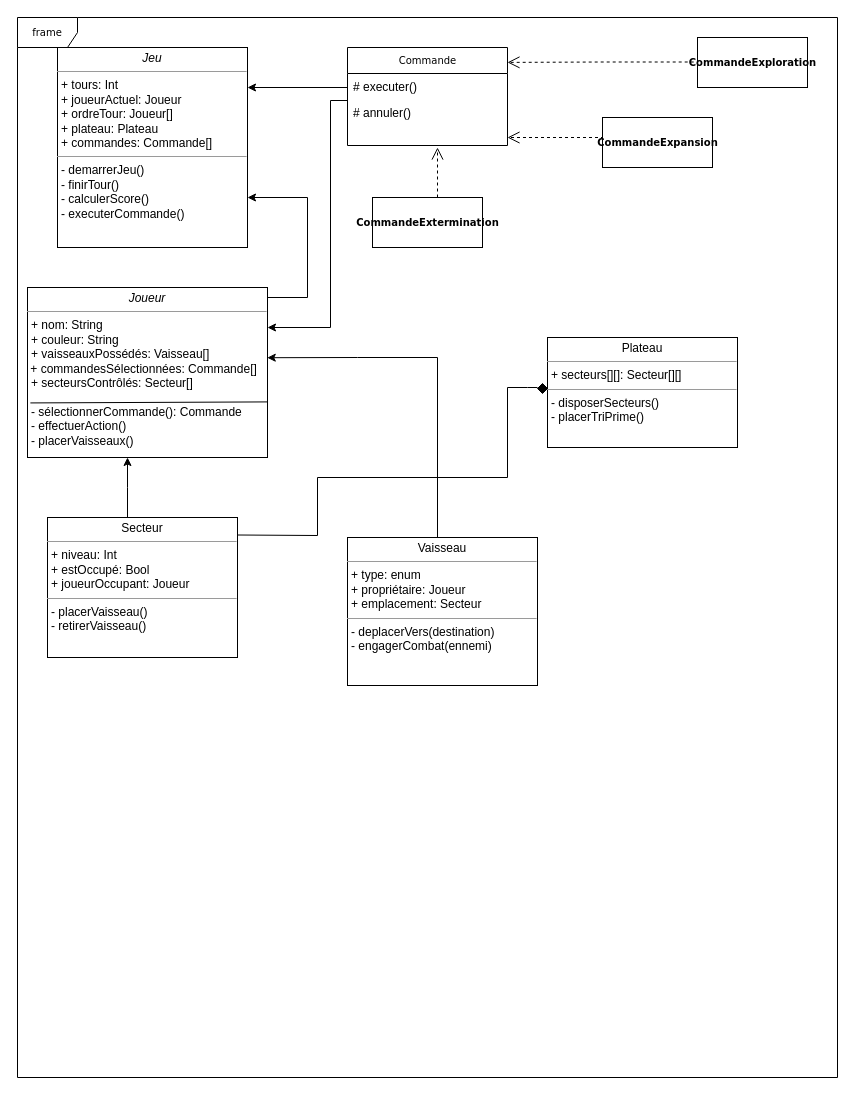
Earlier version of the draw.io diagram Diagramme sans nom.drawio (haikll/pocket_imperium_java). Source tidied: cells renumbered, new cells numbered last; positions are measured from the earlier drawing's top-left corner, leaving out a move shared by most shapes. Both pictures are drawn from the tidied source at 100%, with x=0, y=0 at pixel (17, 17).
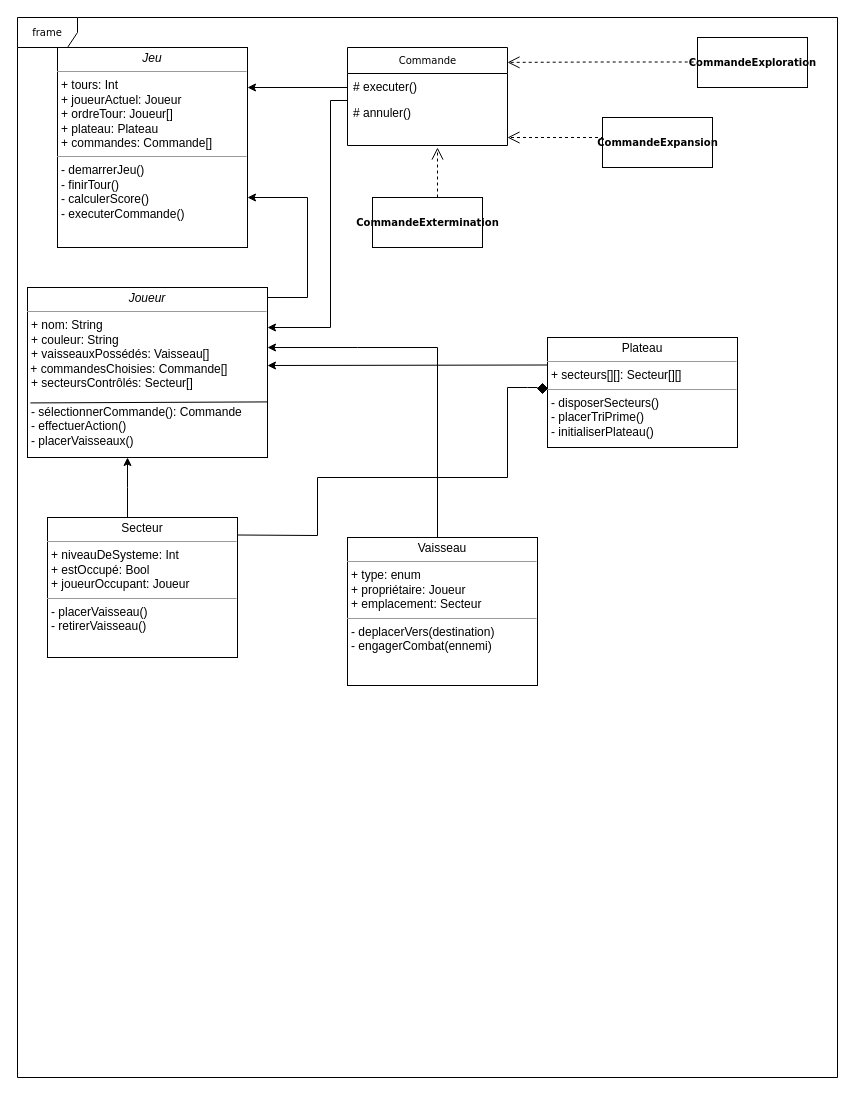
The same page after the edit.

Commit message:
Mettre à jour Diagramme sans nom.drawio

The edit, as a diff of the source:
```diff
@@
-    <mxCell id="10" value="&lt;p style=&quot;margin:0px;margin-top:4px;text-align:center;&quot;&gt;&lt;span style=&quot;caret-color: rgb(0, 0, 0); text-align: start; text-wrap: wrap; text-size-adjust: auto;&quot; id=&quot;docs-internal-guid-b3213f9f-7fff-8f5c-c253-338bc10951cc&quot;&gt;&lt;span style=&quot;font-family: Arial, sans-serif; background-color: transparent; font-variant-east-asian: normal; font-variant-position: normal; vertical-align: baseline; white-space-collapse: preserve;&quot;&gt;Plateau&lt;/span&gt;&lt;/span&gt;&lt;br&gt;&lt;/p&gt;&lt;hr size=&quot;1&quot;&gt;&lt;p style=&quot;margin:0px;margin-left:4px;&quot;&gt;+&amp;nbsp;&lt;span style=&quot;caret-color: rgb(0, 0, 0); text-wrap: wrap; text-size-adjust: auto;&quot; id=&quot;docs-internal-guid-b2e2c27a-7fff-f34c-b8bb-4817a529b96e&quot;&gt;&lt;span style=&quot;font-family: Arial, sans-serif; background-color: transparent; font-variant-east-asian: normal; font-variant-position: normal; vertical-align: baseline; white-space-collapse: preserve;&quot;&gt;&lt;font style=&quot;font-size: 12px;&quot;&gt;secteurs[][]&lt;/font&gt;&lt;/span&gt;&lt;/span&gt;: Secteur[][]&lt;br&gt;&lt;/p&gt;&lt;hr size=&quot;1&quot;&gt;&lt;p style=&quot;margin:0px;margin-left:4px;&quot;&gt;-&amp;nbsp;&lt;span style=&quot;caret-color: rgb(0, 0, 0); text-wrap: wrap; text-size-adjust: auto;&quot; id=&quot;docs-internal-guid-2244ef7e-7fff-301d-b6cc-7731503437bb&quot;&gt;&lt;span style=&quot;font-family: Arial, sans-serif; background-color: transparent; font-variant-east-asian: normal; font-variant-position: normal; vertical-align: baseline; white-space-collapse: preserve;&quot;&gt;&lt;font style=&quot;font-size: 12px;&quot;&gt;disposerSecteurs&lt;/font&gt;&lt;/span&gt;&lt;/span&gt;()&lt;/p&gt;&lt;p style=&quot;margin:0px;margin-left:4px;&quot;&gt;-&amp;nbsp;&lt;span style=&quot;caret-color: rgb(0, 0, 0); text-wrap: wrap; text-size-adjust: auto;&quot; id=&quot;docs-internal-guid-e2a53ce2-7fff-88a2-711e-00a28b6adaa2&quot;&gt;&lt;span style=&quot;font-family: Arial, sans-serif; background-color: transparent; font-variant-east-asian: normal; font-variant-position: normal; vertical-align: baseline; white-space-collapse: preserve;&quot;&gt;&lt;font style=&quot;font-size: 12px;&quot;&gt;placerTriPrime&lt;/font&gt;&lt;/span&gt;&lt;/span&gt;()&lt;/p&gt;" style="verticalAlign=top;align=left;overflow=fill;fontSize=12;fontFamily=Helvetica;html=1;rounded=0;shadow=0;comic=0;labelBackgroundColor=none;strokeWidth=1;" parent="1" vertex="1">
+    <mxCell id="10" value="&lt;p style=&quot;margin:0px;margin-top:4px;text-align:center;&quot;&gt;&lt;span style=&quot;caret-color: rgb(0, 0, 0); text-align: start; text-wrap: wrap; text-size-adjust: auto;&quot; id=&quot;docs-internal-guid-b3213f9f-7fff-8f5c-c253-338bc10951cc&quot;&gt;&lt;span style=&quot;font-family: Arial, sans-serif; background-color: transparent; font-variant-east-asian: normal; font-variant-position: normal; vertical-align: baseline; white-space-collapse: preserve;&quot;&gt;Plateau&lt;/span&gt;&lt;/span&gt;&lt;br&gt;&lt;/p&gt;&lt;hr size=&quot;1&quot;&gt;&lt;p style=&quot;margin:0px;margin-left:4px;&quot;&gt;+&amp;nbsp;&lt;span style=&quot;caret-color: rgb(0, 0, 0); text-wrap: wrap; text-size-adjust: auto;&quot; id=&quot;docs-internal-guid-b2e2c27a-7fff-f34c-b8bb-4817a529b96e&quot;&gt;&lt;span style=&quot;font-family: Arial, sans-serif; background-color: transparent; font-variant-east-asian: normal; font-variant-position: normal; vertical-align: baseline; white-space-collapse: preserve;&quot;&gt;&lt;font style=&quot;font-size: 12px;&quot;&gt;secteurs[][]&lt;/font&gt;&lt;/span&gt;&lt;/span&gt;: Secteur[][]&lt;br&gt;&lt;/p&gt;&lt;hr size=&quot;1&quot;&gt;&lt;p style=&quot;margin:0px;margin-left:4px;&quot;&gt;-&amp;nbsp;&lt;span style=&quot;caret-color: rgb(0, 0, 0); text-wrap: wrap; text-size-adjust: auto;&quot; id=&quot;docs-internal-guid-2244ef7e-7fff-301d-b6cc-7731503437bb&quot;&gt;&lt;span style=&quot;font-family: Arial, sans-serif; background-color: transparent; font-variant-east-asian: normal; font-variant-position: normal; vertical-align: baseline; white-space-collapse: preserve;&quot;&gt;&lt;font style=&quot;font-size: 12px;&quot;&gt;disposerSecteurs&lt;/font&gt;&lt;/span&gt;&lt;/span&gt;()&lt;/p&gt;&lt;p style=&quot;margin:0px;margin-left:4px;&quot;&gt;-&amp;nbsp;&lt;span style=&quot;caret-color: rgb(0, 0, 0); text-wrap: wrap; text-size-adjust: auto;&quot; id=&quot;docs-internal-guid-e2a53ce2-7fff-88a2-711e-00a28b6adaa2&quot;&gt;&lt;span style=&quot;font-family: Arial, sans-serif; background-color: transparent; font-variant-east-asian: normal; font-variant-position: normal; vertical-align: baseline; white-space-collapse: preserve;&quot;&gt;&lt;font style=&quot;font-size: 12px;&quot;&gt;placerTriPrime&lt;/font&gt;&lt;/span&gt;&lt;/span&gt;()&lt;/p&gt;&lt;p style=&quot;margin:0px;margin-left:4px;&quot;&gt;- initialiserPlateau()&lt;br&gt;&lt;/p&gt;" style="verticalAlign=top;align=left;overflow=fill;fontSize=12;fontFamily=Helvetica;html=1;rounded=0;shadow=0;comic=0;labelBackgroundColor=none;strokeWidth=1;" parent="1" vertex="1">
       <mxGeometry x="530" y="320" width="190" height="110" as="geometry" />
     </mxCell>
@@
-    <mxCell id="13" value="&lt;p style=&quot;margin:0px;margin-top:4px;text-align:center;&quot;&gt;&lt;i&gt;Joueur&lt;/i&gt;&lt;br&gt;&lt;/p&gt;&lt;hr size=&quot;1&quot;&gt;&lt;p style=&quot;margin:0px;margin-left:4px;&quot;&gt;+ nom: String&lt;br&gt;+ couleur: String&lt;/p&gt;&lt;p style=&quot;margin:0px;margin-left:4px;&quot;&gt;+&amp;nbsp;&lt;span style=&quot;caret-color: rgb(0, 0, 0); text-wrap: wrap; text-size-adjust: auto;&quot; id=&quot;docs-internal-guid-6de89723-7fff-ddd4-8437-8b7554050fe8&quot;&gt;&lt;span style=&quot;background-color: transparent; font-variant-east-asian: normal; font-variant-position: normal; vertical-align: baseline; white-space-collapse: preserve;&quot;&gt;&lt;font style=&quot;font-size: 12px;&quot; face=&quot;Helvetica&quot;&gt;vaisseauxPossédés&lt;/font&gt;&lt;/span&gt;&lt;/span&gt;:&amp;nbsp;&lt;span style=&quot;background-color: transparent; font-family: Arial, sans-serif; white-space: pre-wrap; caret-color: rgb(0, 0, 0);&quot;&gt;&lt;font style=&quot;font-size: 12px;&quot;&gt;Vaisseau[]&lt;/font&gt;&lt;/span&gt;&lt;br&gt;&lt;/p&gt;&lt;div&gt;&amp;nbsp;&lt;span style=&quot;background-color: initial;&quot;&gt;+&amp;nbsp;&lt;/span&gt;&lt;span style=&quot;caret-color: rgb(0, 0, 0); text-wrap: wrap; text-size-adjust: auto;&quot; id=&quot;docs-internal-guid-4e82928d-7fff-3336-6e3a-3fa3a01abbdd&quot;&gt;&lt;span style=&quot;background-color: transparent; font-variant-east-asian: normal; font-variant-position: normal; vertical-align: baseline; white-space-collapse: preserve;&quot;&gt;&lt;font style=&quot;font-size: 12px;&quot; face=&quot;Helvetica&quot;&gt;commandesSélectionnées&lt;/font&gt;&lt;/span&gt;&lt;/span&gt;&lt;span style=&quot;background-color: initial;&quot;&gt;: Commande[]&lt;/span&gt;&lt;/div&gt;&lt;div&gt;&lt;p style=&quot;margin: 0px 0px 0px 4px;&quot;&gt;+&amp;nbsp;&lt;span style=&quot;caret-color: rgb(0, 0, 0); text-wrap: wrap; text-size-adjust: auto;&quot; id=&quot;docs-internal-guid-5e5d3d90-7fff-a844-01cc-83fdc1810987&quot;&gt;&lt;span style=&quot;font-family: Arial, sans-serif; background-color: transparent; font-variant-east-asian: normal; font-variant-position: normal; vertical-align: baseline; white-space-collapse: preserve;&quot;&gt;&lt;font style=&quot;font-size: 12px;&quot;&gt;secteursContrôlés&lt;/font&gt;&lt;/span&gt;&lt;/span&gt;: Secteur[]&lt;br&gt;&lt;/p&gt;&lt;p style=&quot;margin: 0px 0px 0px 4px;&quot;&gt;&lt;br&gt;&lt;/p&gt;&lt;/div&gt;&lt;div&gt;&lt;/div&gt;&lt;p style=&quot;margin:0px;margin-left:4px;&quot;&gt;-&amp;nbsp;&lt;span style=&quot;caret-color: rgb(0, 0, 0); text-wrap: wrap; text-size-adjust: auto;&quot; id=&quot;docs-internal-guid-1cc7331e-7fff-ebf7-1ea9-ec3f53f1e658&quot;&gt;&lt;span style=&quot;font-family: Arial, sans-serif; background-color: transparent; font-variant-east-asian: normal; font-variant-position: normal; vertical-align: baseline; white-space-collapse: preserve;&quot;&gt;&lt;font style=&quot;font-size: 12px;&quot;&gt;sélectionnerCommande&lt;/font&gt;&lt;/span&gt;&lt;/span&gt;(): Commande&lt;br&gt;-&amp;nbsp;&lt;span style=&quot;caret-color: rgb(0, 0, 0); text-wrap: wrap; text-size-adjust: auto;&quot; id=&quot;docs-internal-guid-b605cee1-7fff-6ceb-278c-d278d0f0dbaa&quot;&gt;&lt;span style=&quot;font-family: Arial, sans-serif; background-color: transparent; font-variant-east-asian: normal; font-variant-position: normal; vertical-align: baseline; white-space-collapse: preserve;&quot;&gt;&lt;font style=&quot;font-size: 12px;&quot;&gt;effectuerAction&lt;/font&gt;&lt;/span&gt;&lt;/span&gt;()&lt;/p&gt;&lt;p style=&quot;margin:0px;margin-left:4px;&quot;&gt;-&amp;nbsp;&lt;span style=&quot;caret-color: rgb(0, 0, 0); text-wrap: wrap; text-size-adjust: auto;&quot; id=&quot;docs-internal-guid-a8f24988-7fff-b718-d9a4-53bfb2a87d07&quot;&gt;&lt;span style=&quot;background-color: transparent; font-variant-east-asian: normal; font-variant-position: normal; vertical-align: baseline; white-space-collapse: preserve;&quot;&gt;&lt;font face=&quot;Helvetica&quot; style=&quot;font-size: 12px;&quot;&gt;placerVaisseaux&lt;/font&gt;&lt;/span&gt;&lt;/span&gt;()&lt;br&gt;&lt;/p&gt;" style="verticalAlign=top;align=left;overflow=fill;fontSize=12;fontFamily=Helvetica;html=1;rounded=0;shadow=0;comic=0;labelBackgroundColor=none;strokeWidth=1;" parent="1" vertex="1">
+    <mxCell id="13" value="&lt;p style=&quot;margin:0px;margin-top:4px;text-align:center;&quot;&gt;&lt;i&gt;Joueur&lt;/i&gt;&lt;br&gt;&lt;/p&gt;&lt;hr size=&quot;1&quot;&gt;&lt;p style=&quot;margin:0px;margin-left:4px;&quot;&gt;+ nom: String&lt;br&gt;+ couleur: String&lt;/p&gt;&lt;p style=&quot;margin:0px;margin-left:4px;&quot;&gt;+&amp;nbsp;&lt;span style=&quot;caret-color: rgb(0, 0, 0); text-wrap: wrap; text-size-adjust: auto;&quot; id=&quot;docs-internal-guid-6de89723-7fff-ddd4-8437-8b7554050fe8&quot;&gt;&lt;span style=&quot;background-color: transparent; font-variant-east-asian: normal; font-variant-position: normal; vertical-align: baseline; white-space-collapse: preserve;&quot;&gt;&lt;font style=&quot;font-size: 12px;&quot; face=&quot;Helvetica&quot;&gt;vaisseauxPossédés&lt;/font&gt;&lt;/span&gt;&lt;/span&gt;:&amp;nbsp;&lt;span style=&quot;background-color: transparent; font-family: Arial, sans-serif; white-space: pre-wrap; caret-color: rgb(0, 0, 0);&quot;&gt;&lt;font style=&quot;font-size: 12px;&quot;&gt;Vaisseau[]&lt;/font&gt;&lt;/span&gt;&lt;br&gt;&lt;/p&gt;&lt;div&gt;&amp;nbsp;&lt;span style=&quot;background-color: initial;&quot;&gt;+ &lt;font face=&quot;Helvetica&quot;&gt;commandesChoisies&lt;/font&gt;&lt;/span&gt;&lt;span style=&quot;background-color: initial;&quot;&gt;: Commande[]&lt;/span&gt;&lt;/div&gt;&lt;div&gt;&lt;p style=&quot;margin: 0px 0px 0px 4px;&quot;&gt;+&amp;nbsp;&lt;span style=&quot;caret-color: rgb(0, 0, 0); text-wrap: wrap; text-size-adjust: auto;&quot; id=&quot;docs-internal-guid-5e5d3d90-7fff-a844-01cc-83fdc1810987&quot;&gt;&lt;span style=&quot;font-family: Arial, sans-serif; background-color: transparent; font-variant-east-asian: normal; font-variant-position: normal; vertical-align: baseline; white-space-collapse: preserve;&quot;&gt;&lt;font style=&quot;font-size: 12px;&quot;&gt;secteursContrôlés&lt;/font&gt;&lt;/span&gt;&lt;/span&gt;: Secteur[]&lt;br&gt;&lt;/p&gt;&lt;p style=&quot;margin: 0px 0px 0px 4px;&quot;&gt;&lt;br&gt;&lt;/p&gt;&lt;/div&gt;&lt;div&gt;&lt;/div&gt;&lt;p style=&quot;margin:0px;margin-left:4px;&quot;&gt;-&amp;nbsp;&lt;span style=&quot;caret-color: rgb(0, 0, 0); text-wrap: wrap; text-size-adjust: auto;&quot; id=&quot;docs-internal-guid-1cc7331e-7fff-ebf7-1ea9-ec3f53f1e658&quot;&gt;&lt;span style=&quot;font-family: Arial, sans-serif; background-color: transparent; font-variant-east-asian: normal; font-variant-position: normal; vertical-align: baseline; white-space-collapse: preserve;&quot;&gt;&lt;font style=&quot;font-size: 12px;&quot;&gt;sélectionnerCommande&lt;/font&gt;&lt;/span&gt;&lt;/span&gt;(): Commande&lt;br&gt;-&amp;nbsp;&lt;span style=&quot;caret-color: rgb(0, 0, 0); text-wrap: wrap; text-size-adjust: auto;&quot; id=&quot;docs-internal-guid-b605cee1-7fff-6ceb-278c-d278d0f0dbaa&quot;&gt;&lt;span style=&quot;font-family: Arial, sans-serif; background-color: transparent; font-variant-east-asian: normal; font-variant-position: normal; vertical-align: baseline; white-space-collapse: preserve;&quot;&gt;&lt;font style=&quot;font-size: 12px;&quot;&gt;effectuerAction&lt;/font&gt;&lt;/span&gt;&lt;/span&gt;()&lt;/p&gt;&lt;p style=&quot;margin:0px;margin-left:4px;&quot;&gt;-&amp;nbsp;&lt;span style=&quot;caret-color: rgb(0, 0, 0); text-wrap: wrap; text-size-adjust: auto;&quot; id=&quot;docs-internal-guid-a8f24988-7fff-b718-d9a4-53bfb2a87d07&quot;&gt;&lt;span style=&quot;background-color: transparent; font-variant-east-asian: normal; font-variant-position: normal; vertical-align: baseline; white-space-collapse: preserve;&quot;&gt;&lt;font face=&quot;Helvetica&quot; style=&quot;font-size: 12px;&quot;&gt;placerVaisseaux&lt;/font&gt;&lt;/span&gt;&lt;/span&gt;()&lt;br&gt;&lt;/p&gt;" style="verticalAlign=top;align=left;overflow=fill;fontSize=12;fontFamily=Helvetica;html=1;rounded=0;shadow=0;comic=0;labelBackgroundColor=none;strokeWidth=1;" parent="1" vertex="1">
       <mxGeometry x="10" y="270" width="240" height="170" as="geometry" />
     </mxCell>
-    <mxCell id="14" value="&lt;p style=&quot;margin:0px;margin-top:4px;text-align:center;&quot;&gt;&lt;span style=&quot;caret-color: rgb(0, 0, 0); text-align: start; text-wrap: wrap; text-size-adjust: auto;&quot; id=&quot;docs-internal-guid-e3b61ee9-7fff-e5d5-41c7-d22d9880ad86&quot;&gt;&lt;span style=&quot;font-family: Arial, sans-serif; background-color: transparent; font-variant-east-asian: normal; font-variant-position: normal; vertical-align: baseline; white-space-collapse: preserve;&quot;&gt;&lt;font style=&quot;font-size: 12px;&quot;&gt;Secteur&lt;/font&gt;&lt;/span&gt;&lt;/span&gt;&lt;br&gt;&lt;/p&gt;&lt;hr size=&quot;1&quot;&gt;&lt;p style=&quot;margin:0px;margin-left:4px;&quot;&gt;+&amp;nbsp;&lt;span style=&quot;caret-color: rgb(0, 0, 0); text-wrap: wrap; text-size-adjust: auto;&quot; id=&quot;docs-internal-guid-462577ee-7fff-3a6e-18f1-1afd69765bc6&quot;&gt;&lt;span style=&quot;font-family: Arial, sans-serif; background-color: transparent; font-variant-east-asian: normal; font-variant-position: normal; vertical-align: baseline; white-space-collapse: preserve;&quot;&gt;&lt;font style=&quot;font-size: 12px;&quot;&gt;niveau&lt;/font&gt;&lt;/span&gt;&lt;/span&gt;: Int&lt;br&gt;+&amp;nbsp;&lt;span style=&quot;caret-color: rgb(0, 0, 0); text-wrap: wrap; text-size-adjust: auto;&quot; id=&quot;docs-internal-guid-7cf39076-7fff-7596-5069-f07c1bd4fb56&quot;&gt;&lt;span style=&quot;font-family: Arial, sans-serif; background-color: transparent; font-variant-east-asian: normal; font-variant-position: normal; vertical-align: baseline; white-space-collapse: preserve;&quot;&gt;&lt;font style=&quot;font-size: 12px;&quot;&gt;estOccupé&lt;/font&gt;&lt;/span&gt;&lt;/span&gt;: Bool&lt;/p&gt;&lt;p style=&quot;margin:0px;margin-left:4px;&quot;&gt;+&amp;nbsp;&lt;span style=&quot;caret-color: rgb(0, 0, 0); text-wrap: wrap; text-size-adjust: auto;&quot; id=&quot;docs-internal-guid-00a3d113-7fff-d1fa-c497-511a970d967c&quot;&gt;&lt;span style=&quot;background-color: transparent; font-variant-east-asian: normal; font-variant-position: normal; vertical-align: baseline; white-space-collapse: preserve;&quot;&gt;&lt;font style=&quot;font-size: 12px;&quot;&gt;joueurOccupant&lt;/font&gt;&lt;/span&gt;&lt;/span&gt;: Joueur&lt;br&gt;&lt;/p&gt;&lt;hr size=&quot;1&quot;&gt;&lt;p style=&quot;margin:0px;margin-left:4px;&quot;&gt;-&amp;nbsp;&lt;span style=&quot;caret-color: rgb(0, 0, 0); text-wrap: wrap; text-size-adjust: auto;&quot; id=&quot;docs-internal-guid-e1630ec1-7fff-0c20-7431-e668d71be7ab&quot;&gt;&lt;span style=&quot;background-color: transparent; font-variant-east-asian: normal; font-variant-position: normal; vertical-align: baseline; white-space-collapse: preserve;&quot;&gt;&lt;font face=&quot;Helvetica&quot; style=&quot;font-size: 12px;&quot;&gt;placerVaisseau&lt;/font&gt;&lt;/span&gt;&lt;/span&gt;()&lt;br&gt;-&amp;nbsp;&lt;span style=&quot;caret-color: rgb(0, 0, 0); text-wrap: wrap; text-size-adjust: auto;&quot; id=&quot;docs-internal-guid-03e8e8f0-7fff-3a2d-6706-b5379dcc5f43&quot;&gt;&lt;span style=&quot;font-family: Arial, sans-serif; background-color: transparent; font-variant-east-asian: normal; font-variant-position: normal; vertical-align: baseline; white-space-collapse: preserve;&quot;&gt;&lt;font style=&quot;font-size: 12px;&quot;&gt;retirerVaisseau&lt;/font&gt;&lt;/span&gt;&lt;/span&gt;()&lt;/p&gt;" style="verticalAlign=top;align=left;overflow=fill;fontSize=12;fontFamily=Helvetica;html=1;rounded=0;shadow=0;comic=0;labelBackgroundColor=none;strokeWidth=1;" parent="1" vertex="1">
+    <mxCell id="14" value="&lt;p style=&quot;margin:0px;margin-top:4px;text-align:center;&quot;&gt;&lt;span style=&quot;caret-color: rgb(0, 0, 0); text-align: start; text-wrap: wrap; text-size-adjust: auto;&quot; id=&quot;docs-internal-guid-e3b61ee9-7fff-e5d5-41c7-d22d9880ad86&quot;&gt;&lt;span style=&quot;font-family: Arial, sans-serif; background-color: transparent; font-variant-east-asian: normal; font-variant-position: normal; vertical-align: baseline; white-space-collapse: preserve;&quot;&gt;&lt;font style=&quot;font-size: 12px;&quot;&gt;Secteur&lt;/font&gt;&lt;/span&gt;&lt;/span&gt;&lt;br&gt;&lt;/p&gt;&lt;hr size=&quot;1&quot;&gt;&lt;p style=&quot;margin:0px;margin-left:4px;&quot;&gt;+&amp;nbsp;&lt;span style=&quot;caret-color: rgb(0, 0, 0); text-wrap: wrap; text-size-adjust: auto;&quot; id=&quot;docs-internal-guid-462577ee-7fff-3a6e-18f1-1afd69765bc6&quot;&gt;&lt;span style=&quot;font-family: Arial, sans-serif; background-color: transparent; font-variant-east-asian: normal; font-variant-position: normal; vertical-align: baseline; white-space-collapse: preserve;&quot;&gt;&lt;font style=&quot;font-size: 12px;&quot;&gt;niveauDeSysteme&lt;/font&gt;&lt;/span&gt;&lt;/span&gt;: Int&lt;br&gt;+&amp;nbsp;&lt;span style=&quot;caret-color: rgb(0, 0, 0); text-wrap: wrap; text-size-adjust: auto;&quot; id=&quot;docs-internal-guid-7cf39076-7fff-7596-5069-f07c1bd4fb56&quot;&gt;&lt;span style=&quot;font-family: Arial, sans-serif; background-color: transparent; font-variant-east-asian: normal; font-variant-position: normal; vertical-align: baseline; white-space-collapse: preserve;&quot;&gt;&lt;font style=&quot;font-size: 12px;&quot;&gt;estOccupé&lt;/font&gt;&lt;/span&gt;&lt;/span&gt;: Bool&lt;/p&gt;&lt;p style=&quot;margin:0px;margin-left:4px;&quot;&gt;+&amp;nbsp;&lt;span style=&quot;caret-color: rgb(0, 0, 0); text-wrap: wrap; text-size-adjust: auto;&quot; id=&quot;docs-internal-guid-00a3d113-7fff-d1fa-c497-511a970d967c&quot;&gt;&lt;span style=&quot;background-color: transparent; font-variant-east-asian: normal; font-variant-position: normal; vertical-align: baseline; white-space-collapse: preserve;&quot;&gt;&lt;font style=&quot;font-size: 12px;&quot;&gt;joueurOccupant&lt;/font&gt;&lt;/span&gt;&lt;/span&gt;: Joueur&lt;br&gt;&lt;/p&gt;&lt;hr size=&quot;1&quot;&gt;&lt;p style=&quot;margin:0px;margin-left:4px;&quot;&gt;-&amp;nbsp;&lt;span style=&quot;caret-color: rgb(0, 0, 0); text-wrap: wrap; text-size-adjust: auto;&quot; id=&quot;docs-internal-guid-e1630ec1-7fff-0c20-7431-e668d71be7ab&quot;&gt;&lt;span style=&quot;background-color: transparent; font-variant-east-asian: normal; font-variant-position: normal; vertical-align: baseline; white-space-collapse: preserve;&quot;&gt;&lt;font face=&quot;Helvetica&quot; style=&quot;font-size: 12px;&quot;&gt;placerVaisseau&lt;/font&gt;&lt;/span&gt;&lt;/span&gt;()&lt;br&gt;-&amp;nbsp;&lt;span style=&quot;caret-color: rgb(0, 0, 0); text-wrap: wrap; text-size-adjust: auto;&quot; id=&quot;docs-internal-guid-03e8e8f0-7fff-3a2d-6706-b5379dcc5f43&quot;&gt;&lt;span style=&quot;font-family: Arial, sans-serif; background-color: transparent; font-variant-east-asian: normal; font-variant-position: normal; vertical-align: baseline; white-space-collapse: preserve;&quot;&gt;&lt;font style=&quot;font-size: 12px;&quot;&gt;retirerVaisseau&lt;/font&gt;&lt;/span&gt;&lt;/span&gt;()&lt;/p&gt;" style="verticalAlign=top;align=left;overflow=fill;fontSize=12;fontFamily=Helvetica;html=1;rounded=0;shadow=0;comic=0;labelBackgroundColor=none;strokeWidth=1;" parent="1" vertex="1">
       <mxGeometry x="30" y="500" width="190" height="140" as="geometry" />
     </mxCell>
@@
-    <mxCell id="21" style="endArrow=classic;html=1;rounded=0;entryX=0.999;entryY=0.413;entryDx=0;entryDy=0;entryPerimeter=0;" parent="1" edge="1" target="13">
+    <mxCell id="21" style="endArrow=classic;html=1;rounded=0;" parent="1" edge="1">
       <mxGeometry relative="1" as="geometry">
         <mxPoint x="420" y="520" as="sourcePoint" />
+        <mxPoint x="250" y="330" as="targetPoint" />
         <Array as="points">
-          <mxPoint x="420" y="340" />
-          <mxPoint x="340" y="340" />
+          <mxPoint x="420" y="330" />
+          <mxPoint x="340" y="330" />
         </Array>
       </mxGeometry>
     </mxCell>
@@
+    <mxCell id="25" style="endArrow=classic;html=1;rounded=0;exitX=0;exitY=0.25;exitDx=0;exitDy=0;" parent="1" edge="1" source="10">
+      <mxGeometry relative="1" as="geometry">
+        <mxPoint x="250" y="348" as="targetPoint" />
+      </mxGeometry>
+    </mxCell>
```
